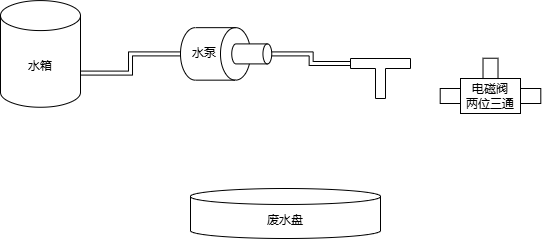
This is 380s.drawio.png from xinbj/gaggiuino_308s, a draw.io export, as it was before one commit. Source tidied: cells renumbered, new cells last; positions are measured from the earlier drawing's top-left corner, leaving out a move shared by most shapes.
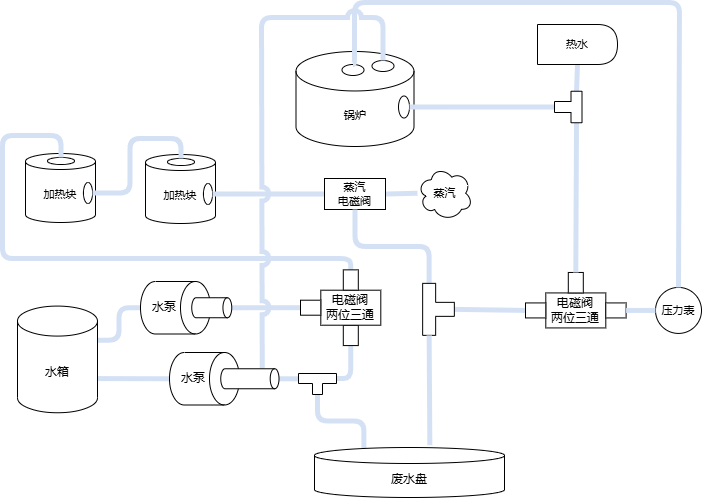
After the commit.

Change to the diagram source:
```diff
@@ -2,44 +2,204 @@
   <root>
     <mxCell id="0" />
     <mxCell id="1" parent="0" />
-    <mxCell id="2" value="电磁阀&lt;div&gt;两位三通&lt;/div&gt;" style="rounded=0;whiteSpace=wrap;html=1;" parent="1" vertex="1">
-      <mxGeometry x="460" y="78" width="60" height="35" as="geometry" />
-    </mxCell>
-    <mxCell id="3" style="group;" parent="1" vertex="1">
-      <mxGeometry x="180" y="27.2" width="91.2" height="52.5" as="geometry" />
-    </mxCell>
+    <mxCell id="15" style="group;" parent="1" vertex="1">
+      <mxGeometry x="274.5" y="-278" width="118" height="95" as="geometry" />
+    </mxCell>
+    <mxCell id="16" value="锅炉" style="shape=cylinder3;whiteSpace=wrap;html=1;boundedLbl=1;backgroundOutline=1;size=19.733333333333235;fontFamily=Helvetica;fontSize=11;fontColor=default;labelBackgroundColor=default;rounded=0;" parent="15" vertex="1">
+      <mxGeometry width="118" height="95" as="geometry" />
+    </mxCell>
+    <mxCell id="17" style="ellipse;whiteSpace=wrap;html=1;fontFamily=Helvetica;fontSize=11;fontColor=default;labelBackgroundColor=default;rounded=0;" parent="15" vertex="1">
+      <mxGeometry x="76" y="9" width="22" height="11" as="geometry" />
+    </mxCell>
+    <mxCell id="18" style="ellipse;whiteSpace=wrap;html=1;fontFamily=Helvetica;fontSize=11;fontColor=default;labelBackgroundColor=default;rounded=0;" parent="15" vertex="1">
+      <mxGeometry x="46" y="13" width="22" height="11" as="geometry" />
+    </mxCell>
+    <mxCell id="19" style="ellipse;whiteSpace=wrap;html=1;fontFamily=Helvetica;fontSize=11;fontColor=default;labelBackgroundColor=default;rounded=0;rotation=90;" parent="15" vertex="1">
+      <mxGeometry x="97" y="50" width="22" height="11" as="geometry" />
+    </mxCell>
+    <mxCell id="8" style="rounded=1;jettySize=auto;html=1;exitX=1;exitY=0;exitDx=0;exitDy=72.5025;exitPerimeter=0;entryX=0.5;entryY=1;entryDx=0;entryDy=0;entryPerimeter=0;strokeColor=#D4E1F5;elbow=vertical;strokeWidth=5;edgeStyle=orthogonalEdgeStyle;jumpStyle=arc;endArrow=none;startFill=0;align=center;verticalAlign=middle;fontFamily=Helvetica;fontSize=11;fontColor=default;labelBackgroundColor=default;endFill=0;flowAnimation=0;" parent="1" edge="1" source="7" target="4">
+      <mxGeometry relative="1" as="geometry" />
+    </mxCell>
+    <mxCell id="20" style="rounded=1;jettySize=auto;html=1;exitX=0;exitY=0;exitDx=38;exitDy=5;exitPerimeter=0;entryX=0;entryY=0.5;entryDx=0;entryDy=0;edgeStyle=orthogonalEdgeStyle;strokeWidth=5;endArrow=none;endFill=0;startFill=0;jumpStyle=arc;strokeColor=#D4E1F5;flowAnimation=0;" parent="1" edge="1" source="10" target="12">
+      <mxGeometry relative="1" as="geometry" />
+    </mxCell>
+    <mxCell id="11" style="rounded=1;jettySize=auto;html=1;exitX=0.5;exitY=0;exitDx=0;exitDy=0;exitPerimeter=0;entryX=0;entryY=0;entryDx=0;entryDy=5;entryPerimeter=0;strokeColor=#D4E1F5;strokeWidth=5;align=center;verticalAlign=middle;fontFamily=Helvetica;fontSize=11;fontColor=default;labelBackgroundColor=default;elbow=vertical;endArrow=none;edgeStyle=orthogonalEdgeStyle;jumpStyle=arc;startFill=0;endFill=0;flowAnimation=0;" parent="1" edge="1" source="5" target="10">
+      <mxGeometry relative="1" as="geometry" />
+    </mxCell>
+    <mxCell id="21" style="rounded=1;jettySize=auto;html=1;exitX=0.5;exitY=1;exitDx=0;exitDy=0;exitPerimeter=0;strokeWidth=5;edgeStyle=orthogonalEdgeStyle;jumpStyle=arc;strokeColor=#D4E1F5;endArrow=none;startFill=0;entryX=0.26;entryY=0.01;entryDx=0;entryDy=0;entryPerimeter=0;" parent="1" edge="1" source="10" target="9">
+      <mxGeometry relative="1" as="geometry" />
+    </mxCell>
+    <mxCell id="22" style="rounded=1;jettySize=auto;html=1;exitX=1;exitY=0;exitDx=0;exitDy=34.167500000000004;exitPerimeter=0;entryX=0.5;entryY=1;entryDx=0;entryDy=0;entryPerimeter=0;strokeColor=#D4E1F5;strokeWidth=5;align=center;verticalAlign=middle;fontFamily=Helvetica;fontSize=11;fontColor=default;labelBackgroundColor=default;elbow=vertical;endArrow=none;edgeStyle=orthogonalEdgeStyle;jumpStyle=arc;startFill=0;curved=0;" parent="1" edge="1" source="7" target="25">
+      <mxGeometry relative="1" as="geometry" />
+    </mxCell>
+    <mxCell id="23" style="edgeStyle=orthogonalEdgeStyle;rounded=1;jettySize=auto;html=1;exitX=0.5;exitY=0;exitDx=0;exitDy=0;exitPerimeter=0;entryX=1;entryY=0.5;entryDx=0;entryDy=0;strokeColor=#D4E1F5;strokeWidth=5;align=center;verticalAlign=middle;fontFamily=Helvetica;fontSize=11;fontColor=default;labelBackgroundColor=default;elbow=vertical;endArrow=none;jumpStyle=arc;startFill=0;endFill=0;flowAnimation=0;" parent="1" edge="1" source="26" target="13">
+      <mxGeometry relative="1" as="geometry" />
+    </mxCell>
+    <mxCell id="10" style="shape=tee;whiteSpace=wrap;html=1;fontFamily=Helvetica;fontSize=11;fontColor=default;labelBackgroundColor=default;dx=10;dy=10;rounded=0;" parent="1" vertex="1">
+      <mxGeometry x="277" y="44" width="38" height="21" as="geometry" />
+    </mxCell>
+    <mxCell id="24" style="group;rounded=0;" parent="1" vertex="1">
+      <mxGeometry x="119" y="-48" width="91.2" height="52.5" as="geometry" />
+    </mxCell>
+    <mxCell id="25" style="shape=cylinder3;whiteSpace=wrap;html=1;boundedLbl=1;backgroundOutline=1;size=15;rotation=90;rounded=0;" parent="24" vertex="1">
+      <mxGeometry x="8.8" y="-8.8" width="52.5" height="70" as="geometry" />
+    </mxCell>
+    <mxCell id="26" style="shape=cylinder3;whiteSpace=wrap;html=1;boundedLbl=1;backgroundOutline=1;size=4.399999999999977;rotation=90;rounded=0;" parent="24" vertex="1">
+      <mxGeometry x="61.2" y="6.2" width="20" height="40" as="geometry" />
+    </mxCell>
+    <mxCell id="27" value="水泵" style="text;html=1;align=center;verticalAlign=middle;whiteSpace=wrap;rounded=0;" parent="24" vertex="1">
+      <mxGeometry x="8.8" y="16.2" width="30" height="20" as="geometry" />
+    </mxCell>
+    <mxCell id="7" value="水箱" style="shape=cylinder3;whiteSpace=wrap;html=1;boundedLbl=1;backgroundOutline=1;size=15;rounded=0;" parent="1" vertex="1">
+      <mxGeometry x="-4" y="-23.4" width="80" height="106.7" as="geometry" />
+    </mxCell>
+    <mxCell id="9" value="废水盘" style="shape=cylinder3;whiteSpace=wrap;html=1;boundedLbl=1;backgroundOutline=1;size=7.999999999999886;rounded=0;" parent="1" vertex="1">
+      <mxGeometry x="293" y="118" width="190" height="50" as="geometry" />
+    </mxCell>
+    <mxCell id="28" style="group;" parent="1" vertex="1">
+      <mxGeometry x="4" y="-176" width="70" height="69" as="geometry" />
+    </mxCell>
+    <mxCell id="29" value="加热块" style="shape=cylinder3;whiteSpace=wrap;html=1;boundedLbl=1;backgroundOutline=1;size=8.000000000000114;fontFamily=Helvetica;fontSize=11;fontColor=default;labelBackgroundColor=default;rounded=0;" parent="28" vertex="1">
+      <mxGeometry width="70" height="69" as="geometry" />
+    </mxCell>
+    <mxCell id="30" style="ellipse;whiteSpace=wrap;html=1;fontFamily=Helvetica;fontSize=11;fontColor=default;labelBackgroundColor=default;rounded=0;" parent="28" vertex="1">
+      <mxGeometry x="22" y="4" width="27" height="7" as="geometry" />
+    </mxCell>
+    <mxCell id="31" style="ellipse;whiteSpace=wrap;html=1;fontFamily=Helvetica;fontSize=11;fontColor=default;labelBackgroundColor=default;rotation=90;rounded=0;" parent="28" vertex="1">
+      <mxGeometry x="52" y="35" width="21" height="9" as="geometry" />
+    </mxCell>
+    <mxCell id="32" style="group;" parent="1" vertex="1">
+      <mxGeometry x="124" y="-175" width="70" height="69" as="geometry" />
+    </mxCell>
+    <mxCell id="33" value="加热块" style="shape=cylinder3;whiteSpace=wrap;html=1;boundedLbl=1;backgroundOutline=1;size=8.000000000000114;fontFamily=Helvetica;fontSize=11;fontColor=default;labelBackgroundColor=default;rounded=0;" parent="32" vertex="1">
+      <mxGeometry width="70" height="69" as="geometry" />
+    </mxCell>
+    <mxCell id="34" style="ellipse;whiteSpace=wrap;html=1;fontFamily=Helvetica;fontSize=11;fontColor=default;labelBackgroundColor=default;rounded=0;" parent="32" vertex="1">
+      <mxGeometry x="22" y="4" width="27" height="7" as="geometry" />
+    </mxCell>
+    <mxCell id="35" style="ellipse;whiteSpace=wrap;html=1;fontFamily=Helvetica;fontSize=11;fontColor=default;labelBackgroundColor=default;rotation=90;rounded=0;" parent="32" vertex="1">
+      <mxGeometry x="52" y="35" width="21" height="9" as="geometry" />
+    </mxCell>
+    <mxCell id="36" style="edgeStyle=orthogonalEdgeStyle;shape=connector;rounded=1;jumpStyle=arc;jettySize=auto;html=1;exitX=0.5;exitY=0;exitDx=0;exitDy=0;entryX=0.5;entryY=0;entryDx=0;entryDy=0;strokeColor=#D4E1F5;strokeWidth=5;align=center;verticalAlign=middle;fontFamily=Helvetica;fontSize=11;fontColor=default;labelBackgroundColor=default;elbow=vertical;startFill=0;endArrow=none;endFill=0;flowAnimation=0;" parent="1" edge="1" source="31" target="34">
+      <mxGeometry relative="1" as="geometry" />
+    </mxCell>
+    <mxCell id="37" style="edgeStyle=orthogonalEdgeStyle;shape=connector;rounded=1;jumpStyle=arc;jettySize=auto;html=1;exitX=1;exitY=0.5;exitDx=0;exitDy=0;strokeColor=#D4E1F5;strokeWidth=5;align=center;verticalAlign=middle;fontFamily=Helvetica;fontSize=11;fontColor=default;labelBackgroundColor=default;elbow=vertical;startFill=0;endArrow=none;endFill=0;flowAnimation=0;entryX=0.5;entryY=0;entryDx=0;entryDy=0;" parent="1" edge="1" source="14" target="30">
+      <mxGeometry relative="1" as="geometry">
+        <Array as="points">
+          <mxPoint x="329" y="-68" />
+          <mxPoint x="329" y="-68" />
+          <mxPoint x="329" y="-71" />
+          <mxPoint x="-19" y="-71" />
+          <mxPoint x="-19" y="-194" />
+          <mxPoint x="40" y="-194" />
+        </Array>
+      </mxGeometry>
+    </mxCell>
+    <mxCell id="38" style="edgeStyle=orthogonalEdgeStyle;shape=connector;rounded=1;jumpStyle=arc;jettySize=auto;html=1;exitX=0.5;exitY=0;exitDx=0;exitDy=0;strokeColor=#D4E1F5;strokeWidth=5;align=center;verticalAlign=middle;fontFamily=Helvetica;fontSize=11;fontColor=default;labelBackgroundColor=default;elbow=vertical;startFill=0;endArrow=none;endFill=0;flowAnimation=0;entryX=0;entryY=0.5;entryDx=0;entryDy=0;" parent="1" edge="1" source="35" target="40">
+      <mxGeometry relative="1" as="geometry" />
+    </mxCell>
+    <mxCell id="39" style="edgeStyle=orthogonalEdgeStyle;shape=connector;rounded=1;jumpStyle=arc;jettySize=auto;html=1;exitX=1;exitY=0.5;exitDx=0;exitDy=0;strokeColor=#D4E1F5;strokeWidth=5;align=center;verticalAlign=middle;fontFamily=Helvetica;fontSize=11;fontColor=default;labelBackgroundColor=default;elbow=vertical;startFill=0;endArrow=none;endFill=0;flowAnimation=0;" parent="1" edge="1" source="40" target="59">
+      <mxGeometry relative="1" as="geometry" />
+    </mxCell>
+    <mxCell id="40" value="蒸汽&lt;div&gt;电磁阀&lt;/div&gt;" style="rounded=0;whiteSpace=wrap;html=1;fontFamily=Helvetica;fontSize=11;fontColor=default;labelBackgroundColor=default;" parent="1" vertex="1">
+      <mxGeometry x="303" y="-151" width="61" height="31" as="geometry" />
+    </mxCell>
+    <mxCell id="41" style="edgeStyle=orthogonalEdgeStyle;shape=connector;rounded=1;jumpStyle=arc;jettySize=auto;html=1;exitX=0.5;exitY=1;exitDx=0;exitDy=0;entryX=0;entryY=0;entryDx=52;entryDy=6.5;entryPerimeter=0;strokeColor=#D4E1F5;strokeWidth=5;align=center;verticalAlign=middle;fontFamily=Helvetica;fontSize=11;fontColor=default;labelBackgroundColor=default;elbow=vertical;startFill=0;endArrow=none;endFill=0;flowAnimation=0;" parent="1" edge="1" source="40" target="57">
+      <mxGeometry relative="1" as="geometry" />
+    </mxCell>
+    <mxCell id="42" style="edgeStyle=orthogonalEdgeStyle;shape=connector;rounded=1;jumpStyle=arc;jettySize=auto;html=1;exitX=0.5;exitY=1;exitDx=0;exitDy=0;exitPerimeter=0;strokeColor=#D4E1F5;strokeWidth=5;align=center;verticalAlign=middle;fontFamily=Helvetica;fontSize=11;fontColor=default;labelBackgroundColor=default;elbow=vertical;startFill=0;endArrow=none;endFill=0;flowAnimation=0;entryX=1;entryY=0.5;entryDx=0;entryDy=0;" parent="1" edge="1" source="57" target="46">
+      <mxGeometry relative="1" as="geometry" />
+    </mxCell>
+    <mxCell id="43" style="group;" parent="1" vertex="1">
+      <mxGeometry x="504" y="-57" width="100.6" height="55.5" as="geometry" />
+    </mxCell>
+    <mxCell id="44" style="group;" parent="43" vertex="1">
+      <mxGeometry y="20.5" width="100.6" height="35" as="geometry" />
+    </mxCell>
+    <mxCell id="45" value="电磁阀&lt;div&gt;两位三通&lt;/div&gt;" style="rounded=0;whiteSpace=wrap;html=1;" parent="44" vertex="1">
+      <mxGeometry x="20.3" width="60" height="35" as="geometry" />
+    </mxCell>
+    <mxCell id="46" style="rounded=0;whiteSpace=wrap;html=1;fontFamily=Helvetica;fontSize=11;fontColor=default;labelBackgroundColor=default;rotation=-180;" parent="44" vertex="1">
+      <mxGeometry y="10" width="20.3" height="15" as="geometry" />
+    </mxCell>
+    <mxCell id="47" style="rounded=0;whiteSpace=wrap;html=1;fontFamily=Helvetica;fontSize=11;fontColor=default;labelBackgroundColor=default;rotation=-180;" parent="44" vertex="1">
+      <mxGeometry x="80.3" y="10" width="20.3" height="15" as="geometry" />
+    </mxCell>
+    <mxCell id="48" style="rounded=0;whiteSpace=wrap;html=1;fontFamily=Helvetica;fontSize=11;fontColor=default;labelBackgroundColor=default;rotation=-90;" parent="43" vertex="1">
+      <mxGeometry x="40.1" y="2.7" width="20.5" height="15" as="geometry" />
+    </mxCell>
+    <mxCell id="49" value="压力表" style="ellipse;whiteSpace=wrap;html=1;fontFamily=Helvetica;fontSize=11;fontColor=default;labelBackgroundColor=default;" parent="1" vertex="1">
+      <mxGeometry x="634" y="-42.1" width="46" height="46" as="geometry" />
+    </mxCell>
+    <mxCell id="50" style="edgeStyle=orthogonalEdgeStyle;shape=connector;rounded=1;jumpStyle=arc;jettySize=auto;html=1;exitX=0;exitY=0.5;exitDx=0;exitDy=0;entryX=0;entryY=0.5;entryDx=0;entryDy=0;strokeColor=#D4E1F5;strokeWidth=5;align=center;verticalAlign=middle;fontFamily=Helvetica;fontSize=11;fontColor=default;labelBackgroundColor=default;elbow=vertical;startFill=0;endArrow=none;endFill=0;flowAnimation=0;" parent="1" edge="1" source="47" target="49">
+      <mxGeometry relative="1" as="geometry" />
+    </mxCell>
+    <mxCell id="51" style="edgeStyle=orthogonalEdgeStyle;shape=connector;rounded=1;jumpStyle=arc;jettySize=auto;html=1;exitX=0.5;exitY=0;exitDx=0;exitDy=0;strokeColor=#D4E1F5;strokeWidth=5;align=center;verticalAlign=middle;fontFamily=Helvetica;fontSize=11;fontColor=default;labelBackgroundColor=default;elbow=vertical;startFill=0;endArrow=none;endFill=0;flowAnimation=0;entryX=0.5;entryY=0;entryDx=0;entryDy=0;" parent="1" edge="1" source="49" target="18">
+      <mxGeometry relative="1" as="geometry">
+        <Array as="points">
+          <mxPoint x="658" y="-43" />
+          <mxPoint x="658" y="-327" />
+          <mxPoint x="333" y="-327" />
+          <mxPoint x="333" y="-265" />
+        </Array>
+      </mxGeometry>
+    </mxCell>
+    <mxCell id="52" style="edgeStyle=orthogonalEdgeStyle;rounded=1;jettySize=auto;html=1;exitX=0;exitY=0;exitDx=0;exitDy=16.76249999999999;exitPerimeter=0;entryX=0.5;entryY=0;entryDx=0;entryDy=0;strokeColor=#D4E1F5;strokeWidth=5;align=center;verticalAlign=middle;fontFamily=Helvetica;fontSize=11;fontColor=default;labelBackgroundColor=default;elbow=vertical;endArrow=none;flowAnimation=0;shadow=0;jumpStyle=arc;startFill=0;endFill=0;" parent="1" edge="1" source="5" target="17">
+      <mxGeometry relative="1" as="geometry">
+        <Array as="points">
+          <mxPoint x="240" y="39" />
+          <mxPoint x="240" y="-312" />
+          <mxPoint x="363" y="-312" />
+        </Array>
+      </mxGeometry>
+    </mxCell>
+    <mxCell id="53" style="edgeStyle=orthogonalEdgeStyle;shape=connector;rounded=1;jumpStyle=arc;jettySize=auto;html=1;exitX=0.5;exitY=0;exitDx=0;exitDy=0;strokeColor=#D4E1F5;strokeWidth=5;align=center;verticalAlign=middle;fontFamily=Helvetica;fontSize=11;fontColor=default;labelBackgroundColor=default;elbow=vertical;startFill=0;endArrow=none;endFill=0;flowAnimation=0;entryX=0.5;entryY=1;entryDx=0;entryDy=0;entryPerimeter=0;" parent="1" edge="1" source="19" target="56">
+      <mxGeometry relative="1" as="geometry" />
+    </mxCell>
+    <mxCell id="54" style="edgeStyle=orthogonalEdgeStyle;shape=connector;rounded=1;jumpStyle=arc;jettySize=auto;html=1;exitX=0;exitY=0;exitDx=0;exitDy=5.5;exitPerimeter=0;strokeColor=#D4E1F5;strokeWidth=5;align=center;verticalAlign=middle;fontFamily=Helvetica;fontSize=11;fontColor=default;labelBackgroundColor=default;elbow=vertical;startFill=0;endArrow=none;endFill=0;flowAnimation=0;" parent="1" edge="1" source="56" target="61">
+      <mxGeometry relative="1" as="geometry" />
+    </mxCell>
+    <mxCell id="55" style="edgeStyle=orthogonalEdgeStyle;shape=connector;rounded=1;jumpStyle=arc;jettySize=auto;html=1;exitX=0;exitY=0;exitDx=31.500000000000004;exitDy=5.5;exitPerimeter=0;entryX=1;entryY=0.5;entryDx=0;entryDy=0;strokeColor=#D4E1F5;strokeWidth=5;align=center;verticalAlign=middle;fontFamily=Helvetica;fontSize=11;fontColor=default;labelBackgroundColor=default;elbow=vertical;startFill=0;endArrow=none;endFill=0;flowAnimation=0;" parent="1" edge="1" source="56" target="48">
+      <mxGeometry relative="1" as="geometry" />
+    </mxCell>
+    <mxCell id="56" style="shape=tee;whiteSpace=wrap;html=1;fontFamily=Helvetica;fontSize=11;fontColor=default;labelBackgroundColor=default;rotation=90;dx=11;dy=11;" parent="1" vertex="1">
+      <mxGeometry x="531" y="-236.2" width="31.5" height="27.5" as="geometry" />
+    </mxCell>
+    <mxCell id="57" style="shape=tee;whiteSpace=wrap;html=1;fontFamily=Helvetica;fontSize=11;fontColor=default;labelBackgroundColor=default;rotation=-90;dx=14;dy=13;" parent="1" vertex="1">
+      <mxGeometry x="391" y="-36" width="52" height="31.7" as="geometry" />
+    </mxCell>
+    <mxCell id="58" style="edgeStyle=orthogonalEdgeStyle;shape=connector;rounded=1;jumpStyle=arc;jettySize=auto;html=1;exitX=0;exitY=0;exitDx=0;exitDy=6.5;exitPerimeter=0;entryX=0.607;entryY=-0.045;entryDx=0;entryDy=0;entryPerimeter=0;strokeColor=#D4E1F5;strokeWidth=5;align=center;verticalAlign=middle;fontFamily=Helvetica;fontSize=11;fontColor=default;labelBackgroundColor=default;elbow=vertical;startFill=0;endArrow=none;endFill=0;flowAnimation=0;" parent="1" edge="1" source="57" target="9">
+      <mxGeometry relative="1" as="geometry" />
+    </mxCell>
+    <mxCell id="59" value="蒸汽" style="ellipse;shape=cloud;whiteSpace=wrap;html=1;fontFamily=Helvetica;fontSize=11;fontColor=default;labelBackgroundColor=default;" parent="1" vertex="1">
+      <mxGeometry x="396" y="-163" width="55" height="53.5" as="geometry" />
+    </mxCell>
+    <mxCell id="60" style="group;" parent="1" vertex="1">
+      <mxGeometry x="148" y="23" width="109.5" height="52.5" as="geometry" />
+    </mxCell>
-    <mxCell id="4" style="shape=cylinder3;whiteSpace=wrap;html=1;boundedLbl=1;backgroundOutline=1;size=15;rotation=90;" parent="3" vertex="1">
+    <mxCell id="4" style="shape=cylinder3;whiteSpace=wrap;html=1;boundedLbl=1;backgroundOutline=1;size=15;rotation=90;rounded=0;" parent="60" vertex="1">
       <mxGeometry x="8.8" y="-8.8" width="52.5" height="70" as="geometry" />
     </mxCell>
-    <mxCell id="5" style="shape=cylinder3;whiteSpace=wrap;html=1;boundedLbl=1;backgroundOutline=1;size=4.399999999999977;rotation=90;" parent="3" vertex="1">
-      <mxGeometry x="61.2" y="6.2" width="20" height="40" as="geometry" />
+    <mxCell id="5" style="shape=cylinder3;whiteSpace=wrap;html=1;boundedLbl=1;backgroundOutline=1;size=4.399999999999977;rotation=90;rounded=0;" parent="60" vertex="1">
+      <mxGeometry x="70.4" y="-2.9" width="20" height="58.2" as="geometry" />
     </mxCell>
-    <mxCell id="6" value="水泵" style="text;html=1;align=center;verticalAlign=middle;whiteSpace=wrap;rounded=0;" parent="3" vertex="1">
+    <mxCell id="6" value="水泵" style="text;html=1;align=center;verticalAlign=middle;whiteSpace=wrap;rounded=0;" parent="60" vertex="1">
       <mxGeometry x="8.8" y="16.2" width="30" height="20" as="geometry" />
     </mxCell>
-    <mxCell id="7" value="水箱" style="shape=cylinder3;whiteSpace=wrap;html=1;boundedLbl=1;backgroundOutline=1;size=15;" parent="1" vertex="1">
-      <mxGeometry y="0.1" width="80" height="106.7" as="geometry" />
-    </mxCell>
-    <mxCell id="8" style="edgeStyle=orthogonalEdgeStyle;rounded=0;jettySize=auto;html=1;exitX=1;exitY=0;exitDx=0;exitDy=72.5025;exitPerimeter=0;entryX=0.5;entryY=1;entryDx=0;entryDy=0;entryPerimeter=0;strokeColor=default;elbow=vertical;curved=1;shape=link;strokeWidth=1;" parent="1" edge="1" source="7" target="4">
-      <mxGeometry relative="1" as="geometry" />
-    </mxCell>
-    <mxCell id="9" value="废水盘" style="shape=cylinder3;whiteSpace=wrap;html=1;boundedLbl=1;backgroundOutline=1;size=7.999999999999886;" parent="1" vertex="1">
-      <mxGeometry x="190" y="188" width="190" height="50" as="geometry" />
-    </mxCell>
-    <mxCell id="10" style="shape=tee;whiteSpace=wrap;html=1;fontFamily=Helvetica;fontSize=11;fontColor=default;labelBackgroundColor=default;dx=10;dy=10;" parent="1" vertex="1">
-      <mxGeometry x="350" y="58" width="60" height="40" as="geometry" />
-    </mxCell>
-    <mxCell id="11" style="edgeStyle=orthogonalEdgeStyle;shape=link;curved=1;rounded=0;jettySize=auto;html=1;exitX=0.5;exitY=0;exitDx=0;exitDy=0;exitPerimeter=0;entryX=0;entryY=0;entryDx=0;entryDy=5;entryPerimeter=0;strokeColor=default;strokeWidth=1;align=center;verticalAlign=middle;fontFamily=Helvetica;fontSize=11;fontColor=default;labelBackgroundColor=default;elbow=vertical;endArrow=classic;" parent="1" edge="1" source="5" target="10">
-      <mxGeometry relative="1" as="geometry" />
-    </mxCell>
-    <mxCell id="12" style="rounded=0;whiteSpace=wrap;html=1;fontFamily=Helvetica;fontSize=11;fontColor=default;labelBackgroundColor=default;rotation=90;" parent="1" vertex="1">
-      <mxGeometry x="479.9" y="60.4" width="20.3" height="15" as="geometry" />
+    <mxCell id="12" style="rounded=0;whiteSpace=wrap;html=1;fontFamily=Helvetica;fontSize=11;fontColor=default;labelBackgroundColor=default;rotation=-90;" parent="1" vertex="1">
+      <mxGeometry x="319.2" y="-1.6" width="20.3" height="15" as="geometry" />
     </mxCell>
+    <mxCell id="2" value="电磁阀&lt;div&gt;两位三通&lt;/div&gt;" style="rounded=0;whiteSpace=wrap;html=1;" parent="1" vertex="1">
+      <mxGeometry x="299.3" y="-39.3" width="60" height="35" as="geometry" />
+    </mxCell>
     <mxCell id="13" style="rounded=0;whiteSpace=wrap;html=1;fontFamily=Helvetica;fontSize=11;fontColor=default;labelBackgroundColor=default;rotation=-180;" parent="1" vertex="1">
-      <mxGeometry x="439.7" y="88" width="20.3" height="15" as="geometry" />
+      <mxGeometry x="279" y="-29.3" width="20.3" height="15" as="geometry" />
     </mxCell>
-    <mxCell id="14" style="rounded=0;whiteSpace=wrap;html=1;fontFamily=Helvetica;fontSize=11;fontColor=default;labelBackgroundColor=default;rotation=-180;" parent="1" vertex="1">
-      <mxGeometry x="520" y="88" width="20.3" height="15" as="geometry" />
+    <mxCell id="14" style="rounded=0;whiteSpace=wrap;html=1;fontFamily=Helvetica;fontSize=11;fontColor=default;labelBackgroundColor=default;rotation=-90;" parent="1" vertex="1">
+      <mxGeometry x="319.2" y="-57" width="20.3" height="15" as="geometry" />
     </mxCell>
+    <mxCell id="61" value="热水" style="shape=delay;whiteSpace=wrap;html=1;fontFamily=Helvetica;fontSize=11;fontColor=default;labelBackgroundColor=default;" parent="1" vertex="1">
+      <mxGeometry x="516" y="-305" width="80" height="40" as="geometry" />
+    </mxCell>
   </root>
 </mxGraphModel>
```
